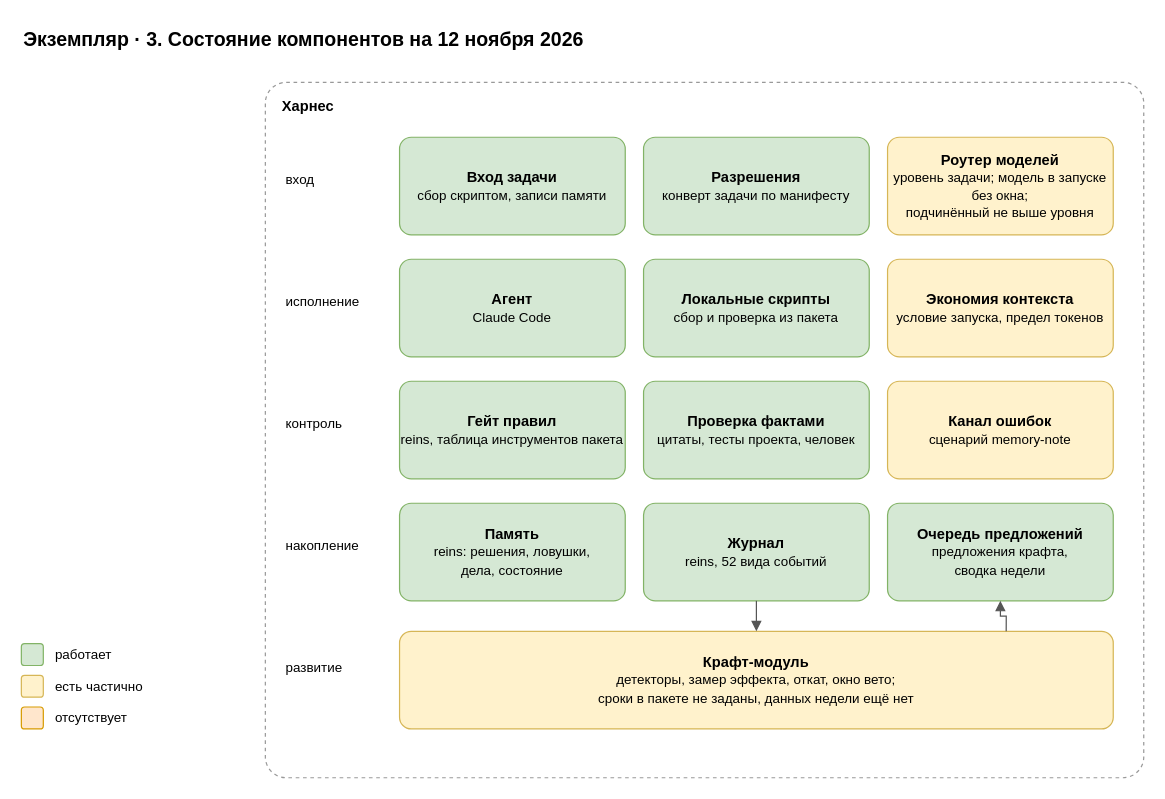
roygkov/reins keeps this draw.io diagram as page "3. Состояние компонентов" (3 of 7) of docs/spec/harness-instance-capital-operator.drawio. Above is the earlier version. Source tidied: cells renumbered, new cells numbered last; positions are measured from the earlier drawing's top-left corner, leaving out a move shared by most shapes. Both pictures are drawn from the tidied source at 122%, with x=0, y=0 at pixel (21, 21).
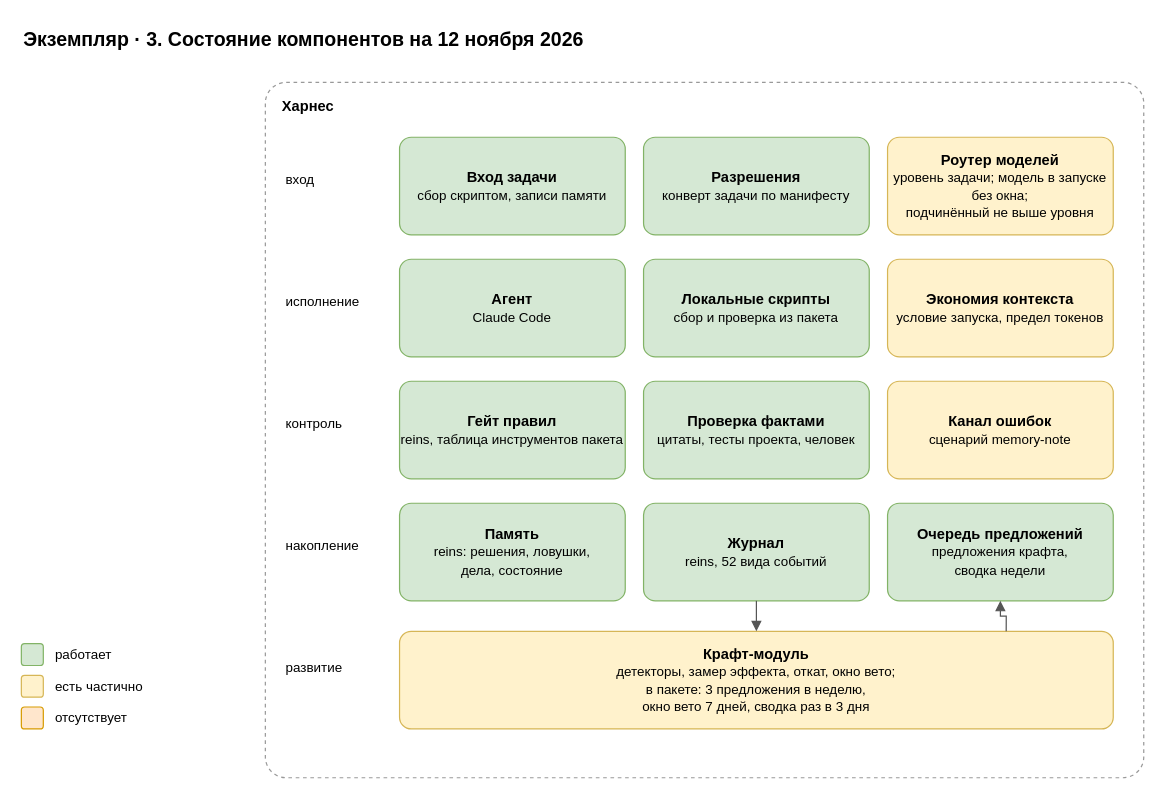
After the change.

Diff of the diagram source:
```diff
@@
-    <mxCell id="21" value="&lt;b&gt;Крафт-модуль&lt;/b&gt;&lt;br&gt;&lt;font style=&quot;font-size:11px&quot;&gt;детекторы, замер эффекта, откат, окно вето;&lt;br&gt;сроки в пакете не заданы, данных недели ещё нет&lt;/font&gt;" style="rounded=1;whiteSpace=wrap;html=1;fillColor=#fff2cc;strokeColor=#d6b656;arcSize=12;" parent="1" vertex="1">
+    <mxCell id="21" value="&lt;b&gt;Крафт-модуль&lt;/b&gt;&lt;br&gt;&lt;font style=&quot;font-size:11px&quot;&gt;детекторы, замер эффекта, откат, окно вето;&lt;br&gt;в пакете: 3 предложения в неделю,&lt;br&gt;окно вето 7 дней, сводка раз в 3 дня&lt;/font&gt;" style="rounded=1;whiteSpace=wrap;html=1;fillColor=#fff2cc;strokeColor=#d6b656;arcSize=12;" parent="1" vertex="1">
       <mxGeometry x="310" y="500" width="585" height="80" as="geometry" />
     </mxCell>
```
